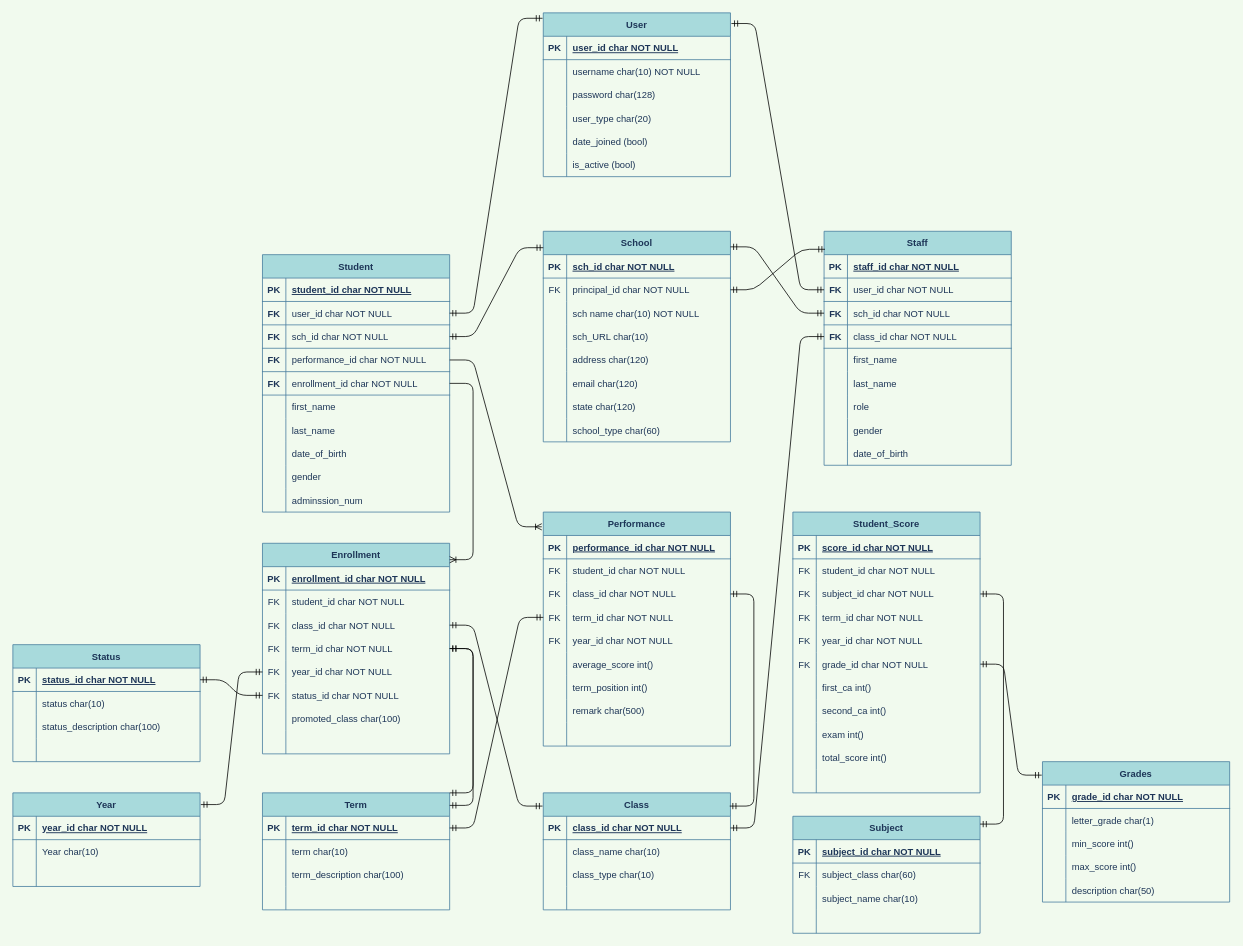
This is School Result ERD.drawio from the-impossible/Oyiche-School, a draw.io file, before an edit. Source tidied: cells renumbered, new cells numbered last; positions are measured from the earlier drawing's top-left corner, leaving out a move shared by most shapes. Both pictures are drawn from the tidied source at 78%, with x=0, y=0 at pixel (12, 12).
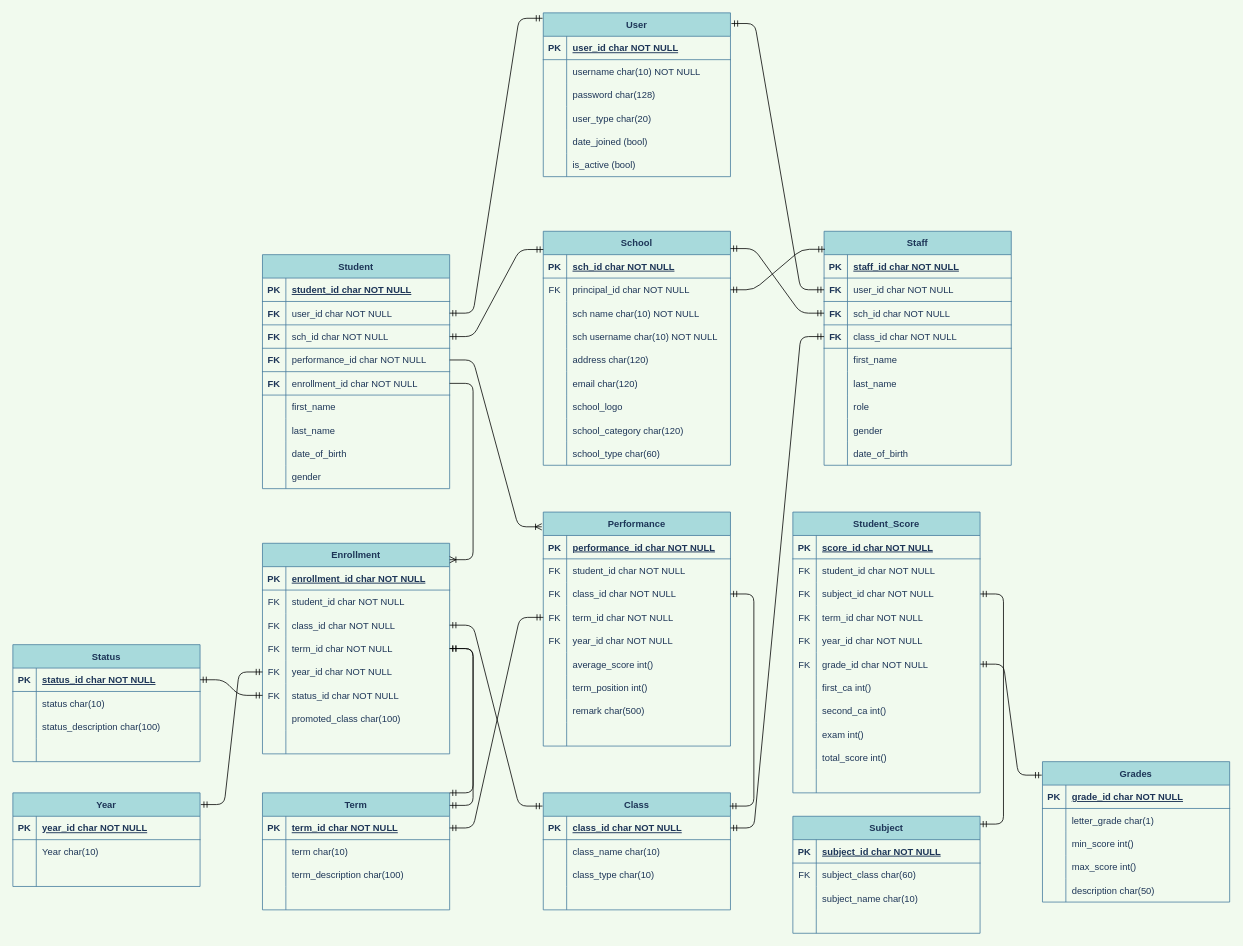
Above is the later version.

The change refers to these unchanged cells:
```xml
<mxCell id="12" style="shape=partialRectangle;fillColor=none;top=0;left=0;right=0;bottom=0;strokeColor=#457B9D;fontColor=#1D3557;" parent="2" vertex="1">
  <mxGeometry y="120" width="240" height="30" as="geometry" />
</mxCell>
```

What changed in the source:
```diff
@@
     <mxCell id="2" value="School" style="shape=table;startSize=30;childLayout=tableLayout;rowLines=0;fontStyle=1;align=center;fillColor=#A8DADC;strokeColor=#457B9D;fontColor=#1D3557;" parent="1" vertex="1">
-      <mxGeometry x="680" y="280" width="240" height="270" as="geometry" />
+      <mxGeometry x="680" y="280" width="240" height="300" as="geometry" />
     </mxCell>
@@
-    <mxCell id="13" style="shape=partialRectangle;overflow=hidden;fillColor=none;top=0;left=0;bottom=0;right=0;strokeColor=#457B9D;fontColor=#1D3557;" parent="12" vertex="1">
-      <mxGeometry width="30" height="30" as="geometry" />
-    </mxCell>
-    <mxCell id="14" value="sch_URL char(10)" style="shape=partialRectangle;overflow=hidden;fillColor=none;top=0;left=0;bottom=0;right=0;align=left;spacingLeft=6;strokeColor=#457B9D;fontColor=#1D3557;" parent="12" vertex="1">
-      <mxGeometry x="30" width="210" height="30" as="geometry" />
-    </mxCell>
+    <mxCell id="287" style="shape=partialRectangle;overflow=hidden;fillColor=none;top=0;left=0;bottom=0;right=0;strokeColor=#457B9D;fontColor=#1D3557;" parent="12" vertex="1">
+      <mxGeometry width="30" height="30" as="geometry" />
+    </mxCell>
+    <mxCell id="288" value="sch username char(10) NOT NULL" style="shape=partialRectangle;overflow=hidden;fillColor=none;top=0;left=0;bottom=0;right=0;align=left;spacingLeft=6;strokeColor=#457B9D;fontColor=#1D3557;" parent="12" vertex="1">
+      <mxGeometry x="30" width="210" height="30" as="geometry" />
+    </mxCell>
@@
+    <mxCell id="289" style="shape=partialRectangle;fillColor=none;top=0;left=0;right=0;bottom=0;strokeColor=#457B9D;fontColor=#1D3557;" parent="2" vertex="1">
+      <mxGeometry y="210" width="240" height="30" as="geometry" />
+    </mxCell>
+    <mxCell id="290" style="shape=partialRectangle;overflow=hidden;fillColor=none;top=0;left=0;bottom=0;right=0;strokeColor=#457B9D;fontColor=#1D3557;" parent="289" vertex="1">
+      <mxGeometry width="30" height="30" as="geometry" />
+    </mxCell>
+    <mxCell id="291" value="school_logo" style="shape=partialRectangle;overflow=hidden;fillColor=none;top=0;left=0;bottom=0;right=0;align=left;spacingLeft=6;strokeColor=#457B9D;fontColor=#1D3557;" parent="289" vertex="1">
+      <mxGeometry x="30" width="210" height="30" as="geometry" />
+    </mxCell>
     <mxCell id="21" style="shape=partialRectangle;fillColor=none;top=0;left=0;right=0;bottom=0;strokeColor=#457B9D;fontColor=#1D3557;" parent="2" vertex="1">
-      <mxGeometry y="210" width="240" height="30" as="geometry" />
+      <mxGeometry y="240" width="240" height="30" as="geometry" />
     </mxCell>
@@
-    <mxCell id="23" value="state char(120)" style="shape=partialRectangle;overflow=hidden;fillColor=none;top=0;left=0;bottom=0;right=0;align=left;spacingLeft=6;strokeColor=#457B9D;fontColor=#1D3557;" parent="21" vertex="1">
+    <mxCell id="23" value="school_category char(120)" style="shape=partialRectangle;overflow=hidden;fillColor=none;top=0;left=0;bottom=0;right=0;align=left;spacingLeft=6;strokeColor=#457B9D;fontColor=#1D3557;" parent="21" vertex="1">
       <mxGeometry x="30" width="210" height="30" as="geometry" />
     </mxCell>
     <mxCell id="24" style="shape=partialRectangle;fillColor=none;top=0;left=0;right=0;bottom=0;strokeColor=#457B9D;fontColor=#1D3557;" parent="2" vertex="1">
-      <mxGeometry y="240" width="240" height="30" as="geometry" />
+      <mxGeometry y="270" width="240" height="30" as="geometry" />
     </mxCell>
@@
     <mxCell id="27" value="Student" style="shape=table;startSize=30;childLayout=tableLayout;rowLines=0;fontStyle=1;align=center;fillColor=#A8DADC;strokeColor=#457B9D;fontColor=#1D3557;" parent="1" vertex="1">
-      <mxGeometry x="320" y="310" width="240" height="330" as="geometry" />
+      <mxGeometry x="320" y="310" width="240" height="300" as="geometry" />
     </mxCell>
@@
-    <mxCell id="55" style="shape=partialRectangle;fillColor=none;top=0;left=0;right=0;bottom=0;strokeColor=#457B9D;fontColor=#1D3557;" parent="27" vertex="1">
-      <mxGeometry y="300" width="240" height="30" as="geometry" />
-    </mxCell>
-    <mxCell id="56" style="shape=partialRectangle;overflow=hidden;fillColor=none;top=0;left=0;bottom=0;right=0;strokeColor=#457B9D;fontColor=#1D3557;" parent="55" vertex="1">
-      <mxGeometry width="30" height="30" as="geometry" />
-    </mxCell>
-    <mxCell id="57" value="adminssion_num" style="shape=partialRectangle;overflow=hidden;fillColor=none;top=0;left=0;bottom=0;right=0;align=left;spacingLeft=6;strokeColor=#457B9D;fontColor=#1D3557;" parent="55" vertex="1">
-      <mxGeometry x="30" width="210" height="30" as="geometry" />
-    </mxCell>
```
